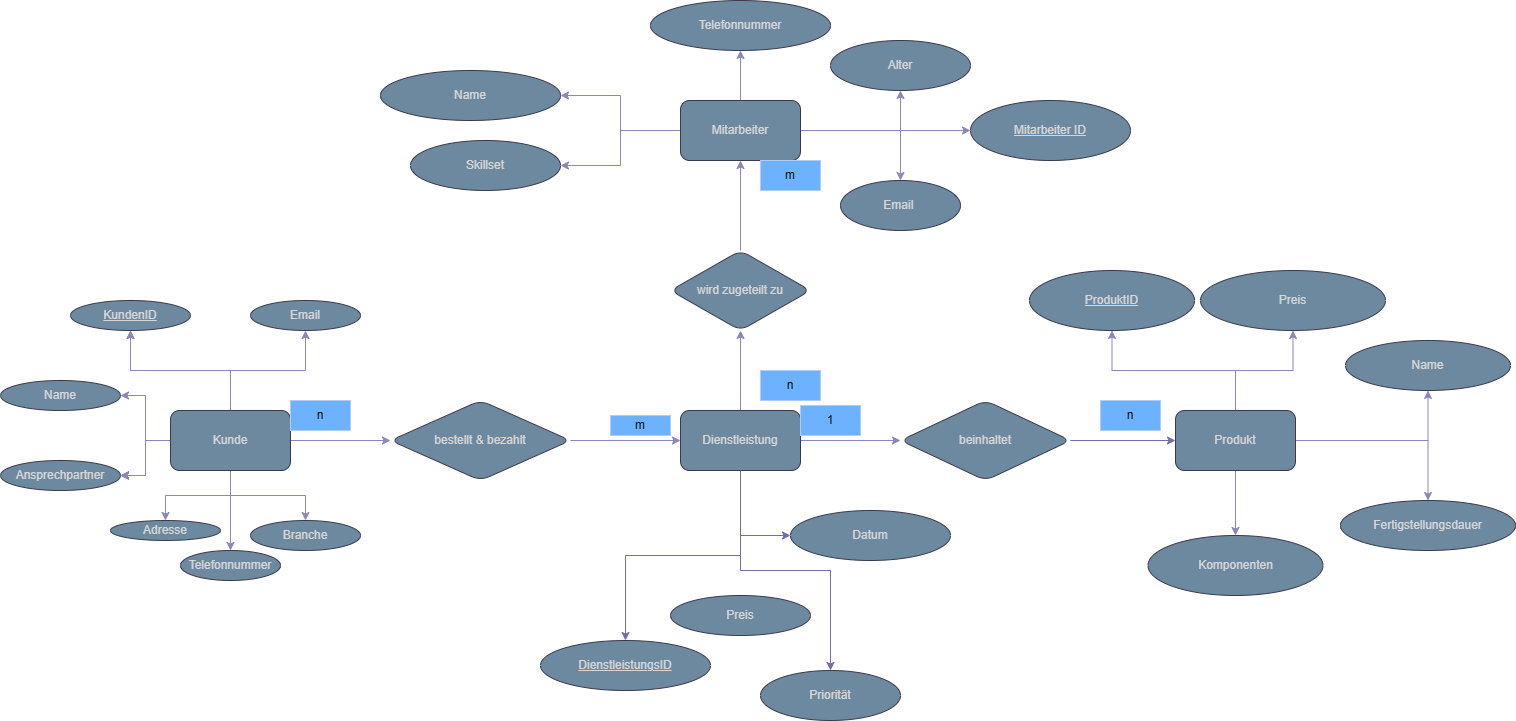
0xj0n1/Grundlagen-Wirtschaftsinformatik-Charts keeps this draw.io diagram as Unbenanntes Diagramm.drawio.png. Above is the earlier version. Source tidied: cells renumbered, new cells last; positions are measured from the earlier drawing's top-left corner, leaving out a move shared by most shapes.
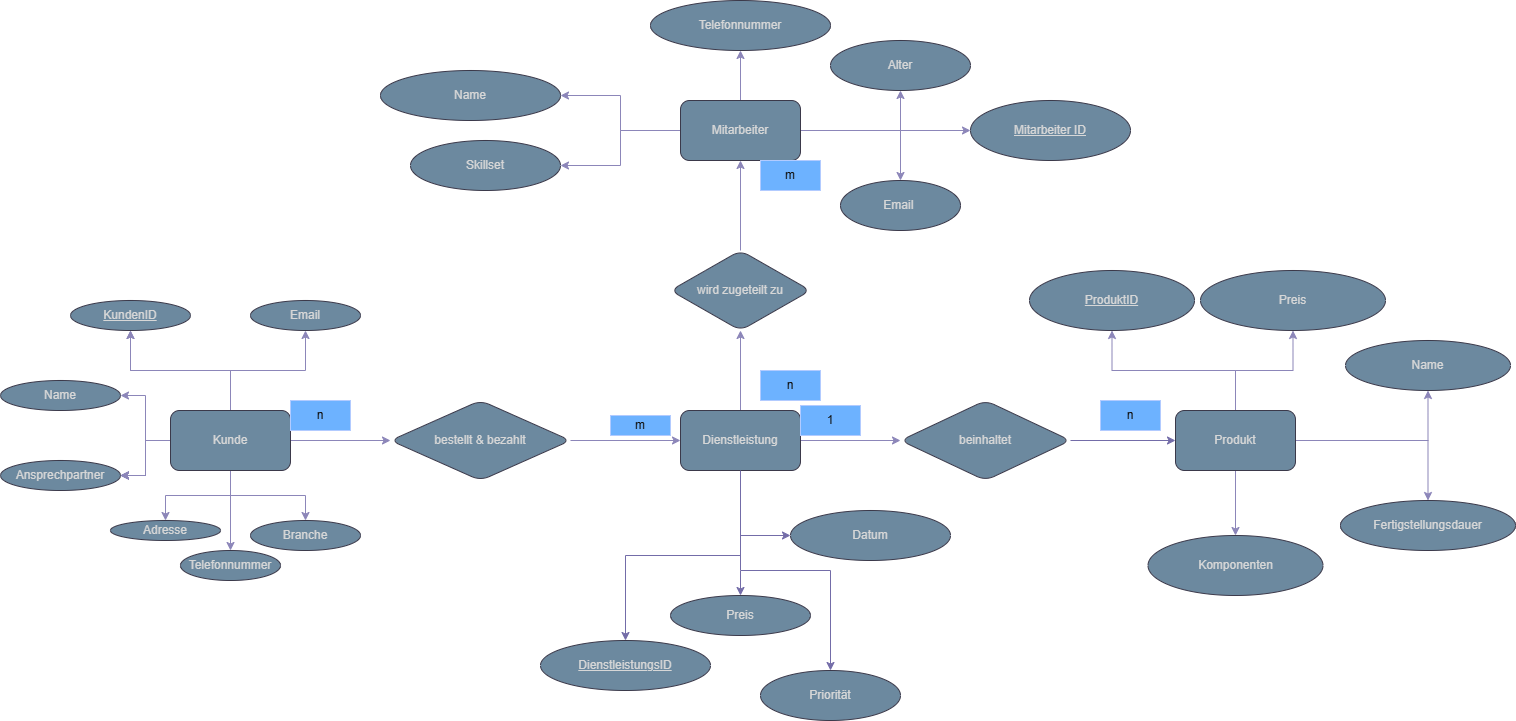
Above is the later version.

Change to the diagram source:
```diff
@@ -83,7 +83,7 @@
     <mxCell id="28" style="edgeStyle=orthogonalEdgeStyle;rounded=0;jettySize=auto;html=1;strokeColor=light-dark(#736CA8,#736CA8);" parent="1" edge="1" source="32" target="67">
       <mxGeometry relative="1" as="geometry" />
     </mxCell>
-    <mxCell id="29" style="edgeStyle=orthogonalEdgeStyle;rounded=0;jettySize=auto;html=1;" parent="1" edge="1" source="32" target="68">
+    <mxCell id="29" style="edgeStyle=orthogonalEdgeStyle;rounded=0;jettySize=auto;html=1;strokeColor=light-dark(#736CA8,#736CA8);" parent="1" edge="1" source="32" target="68">
       <mxGeometry relative="1" as="geometry" />
     </mxCell>
     <mxCell id="30" style="edgeStyle=orthogonalEdgeStyle;rounded=0;jettySize=auto;html=1;" parent="1" edge="1" source="32" target="72">
```
